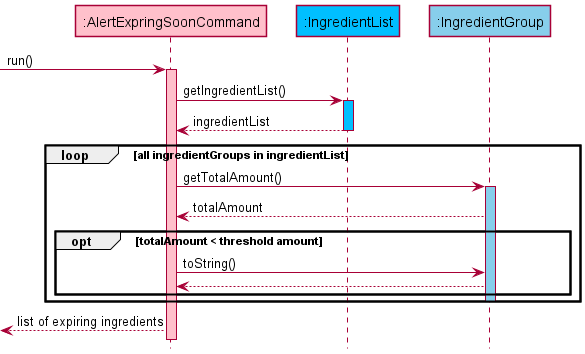
Above: docs/images/AlertStockSequenceDiagram.png in nus-cs2113-AY2122S1/tp (PlantUML), before the change.
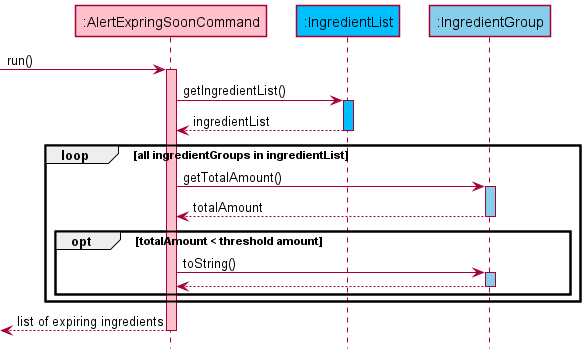
Above is the later version.

Commit message:
Some edits to diagram based on DG peer review

Diff of the diagram source:
```diff
@@ -19,15 +19,18 @@
     alert_exp -> ing_group: getTotalAmount()
     activate ing_group INGREDIENTGROUP_COLOUR
     ing_group --> alert_exp: totalAmount
+    deactivate ing_group
     opt totalAmount < threshold amount
         alert_exp -> ing_group: toString()
+        activate ing_group INGREDIENTGROUP_COLOUR
         ing_group -->alert_exp
+        deactivate ing_group
     end
     deactivate ing_group
 end
 
 <-- alert_exp : list of expiring ingredients
-
+deactivate alert_exp
 
 
 
```
